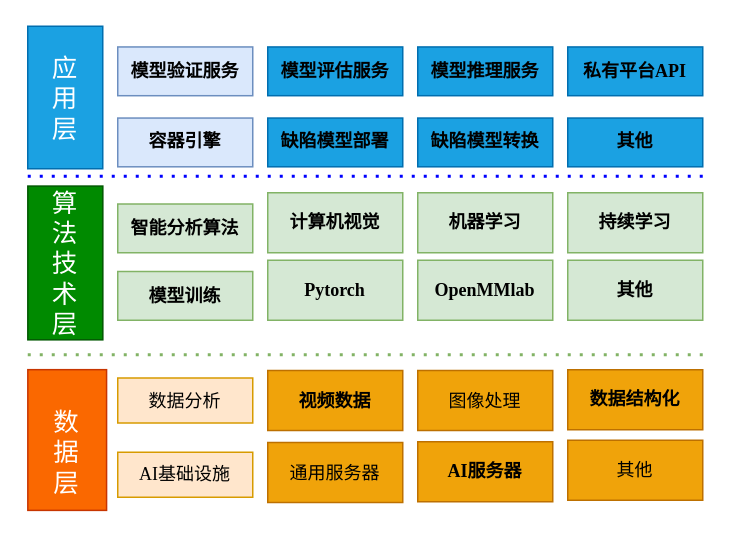
The draw.io diagram AI_architecture.drawio in paleblackless/diagrams, before the edit. Source tidied: cells renumbered, new cells numbered last; positions are measured from the earlier drawing's top-left corner, leaving out a move shared by most shapes. Both pictures are drawn from the tidied source at 150%, with x=0, y=0 at pixel (-12, 46).
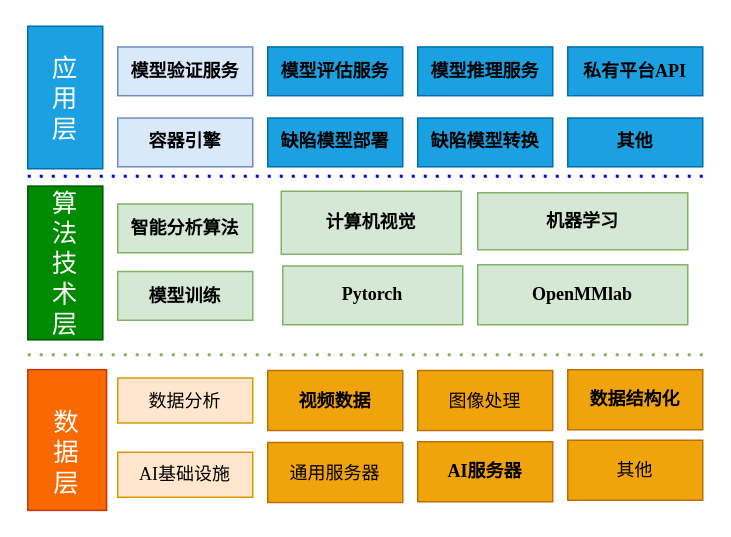
The same diagram, later.

Change to the diagram source:
```diff
@@
     <mxCell id="11" value="计算机视觉" style="rounded=0;whiteSpace=wrap;html=1;fillColor=#d5e8d4;strokeColor=#82b366;fontStyle=1;fontFamily=Times New Roman;" parent="1" vertex="1">
-      <mxGeometry x="186" y="97" width="90" height="40" as="geometry" />
+      <mxGeometry x="195" y="96" width="120" height="42" as="geometry" />
     </mxCell>
     <mxCell id="12" value="&lt;b&gt;Pytorch&lt;/b&gt;" style="rounded=0;whiteSpace=wrap;html=1;fillColor=#d5e8d4;strokeColor=#82b366;fontFamily=Times New Roman;" parent="1" vertex="1">
-      <mxGeometry x="186" y="142" width="90" height="40" as="geometry" />
+      <mxGeometry x="196" y="145.8" width="120" height="39.2" as="geometry" />
     </mxCell>
     <mxCell id="13" value="&lt;b&gt;机器学习&lt;/b&gt;" style="rounded=0;whiteSpace=wrap;html=1;fillColor=#d5e8d4;strokeColor=#82b366;fontFamily=Times New Roman;" parent="1" vertex="1">
-      <mxGeometry x="286" y="97" width="90" height="40" as="geometry" />
+      <mxGeometry x="326" y="97" width="140" height="38" as="geometry" />
     </mxCell>
     <mxCell id="14" value="&lt;b&gt;OpenMMlab&lt;/b&gt;" style="rounded=0;whiteSpace=wrap;html=1;fillColor=#d5e8d4;strokeColor=#82b366;fontFamily=Times New Roman;" parent="1" vertex="1">
-      <mxGeometry x="286" y="142" width="90" height="40" as="geometry" />
+      <mxGeometry x="326" y="145" width="140" height="40" as="geometry" />
     </mxCell>
@@
-    <mxCell id="27" value="&lt;b&gt;持续学习&lt;/b&gt;" style="rounded=0;whiteSpace=wrap;html=1;fillColor=#d5e8d4;strokeColor=#82b366;fontFamily=Times New Roman;" parent="1" vertex="1">
-      <mxGeometry x="386" y="97" width="90" height="40" as="geometry" />
-    </mxCell>
@@
-    <mxCell id="34" value="&lt;b&gt;其他&lt;/b&gt;" style="rounded=0;whiteSpace=wrap;html=1;fillColor=#d5e8d4;strokeColor=#82b366;fontFamily=Times New Roman;" parent="1" vertex="1">
-      <mxGeometry x="386" y="142" width="90" height="40" as="geometry" />
-    </mxCell>
```
